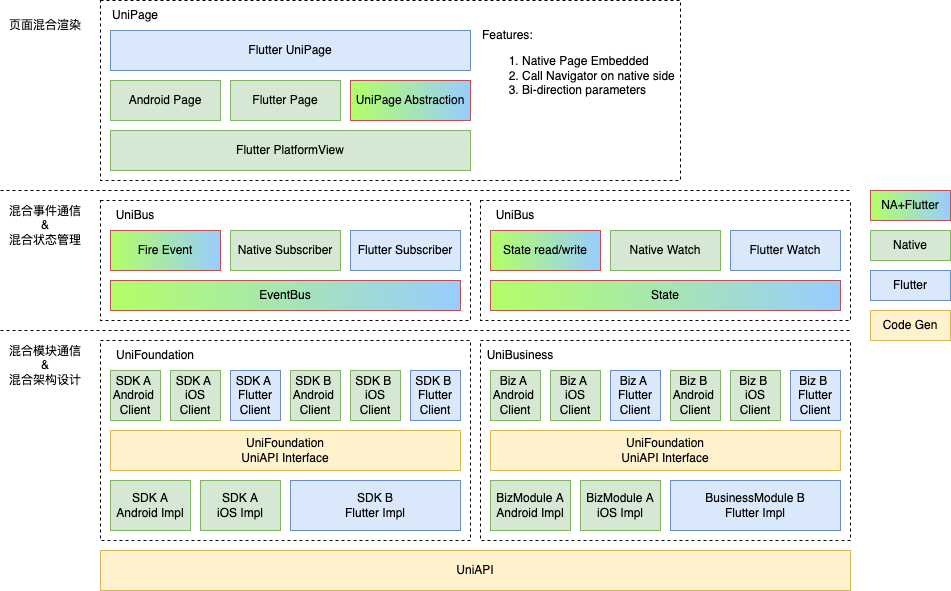
Above: doc/public/unify-arch-2025-05.png in didi/Unify (draw.io), before the change. Source tidied: cells renumbered, new cells last; positions are measured from the earlier drawing's top-left corner, leaving out a move shared by most shapes. The source it was exported from:
```xml
<mxGraphModel>
  <root>
    <mxCell id="0" />
    <mxCell id="1" parent="0" />
    <mxCell id="2" style="rounded=0;whiteSpace=wrap;html=1;dashed=1;" parent="1" vertex="1">
      <mxGeometry x="100" width="580" height="180" as="geometry" />
    </mxCell>
    <mxCell id="3" style="rounded=0;whiteSpace=wrap;html=1;dashed=1;" parent="1" vertex="1">
      <mxGeometry x="100" y="340" width="370" height="200" as="geometry" />
    </mxCell>
    <mxCell id="4" value="混合模块通信&lt;div&gt;&amp;amp;&lt;br&gt;&lt;div&gt;混合架构设计&lt;/div&gt;&lt;/div&gt;" style="text;html=1;align=center;verticalAlign=middle;whiteSpace=wrap;rounded=0;" parent="1" vertex="1">
      <mxGeometry y="340" width="90" height="50" as="geometry" />
    </mxCell>
    <mxCell id="5" value="SDK&amp;nbsp;&lt;span style=&quot;background-color: transparent; color: light-dark(rgb(0, 0, 0), rgb(255, 255, 255));&quot;&gt;A&lt;/span&gt;&lt;div&gt;&lt;span style=&quot;background-color: transparent; color: light-dark(rgb(0, 0, 0), rgb(255, 255, 255));&quot;&gt;Android Impl&lt;/span&gt;&lt;/div&gt;" style="rounded=0;whiteSpace=wrap;html=1;fillColor=#d5e8d4;strokeColor=#82b366;" parent="1" vertex="1">
      <mxGeometry x="110" y="480" width="80" height="50" as="geometry" />
    </mxCell>
    <mxCell id="6" style="endArrow=none;dashed=1;html=1;rounded=0;" parent="1" edge="1">
      <mxGeometry relative="1" as="geometry">
        <mxPoint y="330" as="sourcePoint" />
        <mxPoint x="850" y="330" as="targetPoint" />
      </mxGeometry>
    </mxCell>
    <mxCell id="7" value="UniFoundation&lt;div&gt;&lt;span style=&quot;background-color: transparent; color: light-dark(rgb(0, 0, 0), rgb(255, 255, 255));&quot;&gt;UniAPI Interface&lt;/span&gt;&lt;/div&gt;" style="rounded=0;whiteSpace=wrap;html=1;fillColor=#fff2cc;strokeColor=#d6b656;" parent="1" vertex="1">
      <mxGeometry x="110" y="430" width="350" height="40" as="geometry" />
    </mxCell>
    <mxCell id="8" value="SDK B&lt;div&gt;Flutter Impl&lt;/div&gt;" style="rounded=0;whiteSpace=wrap;html=1;fillColor=#dae8fc;strokeColor=#6c8ebf;" parent="1" vertex="1">
      <mxGeometry x="290" y="480" width="170" height="50" as="geometry" />
    </mxCell>
    <mxCell id="9" value="UniFoundation" style="text;html=1;align=center;verticalAlign=middle;whiteSpace=wrap;rounded=0;" parent="1" vertex="1">
      <mxGeometry x="100" y="340" width="110" height="30" as="geometry" />
    </mxCell>
    <mxCell id="10" value="SDK A&amp;nbsp;&lt;div&gt;Android&amp;nbsp;&lt;/div&gt;&lt;div&gt;Client&lt;/div&gt;" style="rounded=0;whiteSpace=wrap;html=1;fillColor=#d5e8d4;strokeColor=#82b366;" parent="1" vertex="1">
      <mxGeometry x="110" y="370" width="50" height="50" as="geometry" />
    </mxCell>
    <mxCell id="11" value="Native" style="rounded=0;whiteSpace=wrap;html=1;fillColor=#d5e8d4;strokeColor=#82b366;" parent="1" vertex="1">
      <mxGeometry x="870" y="230" width="80" height="30" as="geometry" />
    </mxCell>
    <mxCell id="12" value="SDK A&lt;span style=&quot;background-color: transparent; color: light-dark(rgb(0, 0, 0), rgb(255, 255, 255));&quot;&gt;&amp;nbsp;&lt;/span&gt;&lt;div&gt;&lt;div&gt;iOS&lt;/div&gt;&lt;div&gt;Client&lt;/div&gt;&lt;/div&gt;" style="rounded=0;whiteSpace=wrap;html=1;fillColor=#d5e8d4;strokeColor=#82b366;" parent="1" vertex="1">
      <mxGeometry x="170" y="370" width="50" height="50" as="geometry" />
    </mxCell>
    <mxCell id="13" value="SDK A&lt;span style=&quot;background-color: transparent; color: light-dark(rgb(0, 0, 0), rgb(255, 255, 255));&quot;&gt;&amp;nbsp;&lt;/span&gt;&lt;div&gt;&lt;div&gt;Flutter&lt;/div&gt;&lt;div&gt;Client&lt;/div&gt;&lt;/div&gt;" style="rounded=0;whiteSpace=wrap;html=1;fillColor=#dae8fc;strokeColor=#6c8ebf;" parent="1" vertex="1">
      <mxGeometry x="230" y="370" width="50" height="50" as="geometry" />
    </mxCell>
    <mxCell id="14" value="SDK&amp;nbsp;&lt;span style=&quot;background-color: transparent; color: light-dark(rgb(0, 0, 0), rgb(255, 255, 255));&quot;&gt;A&lt;/span&gt;&lt;div&gt;&lt;span style=&quot;background-color: transparent; color: light-dark(rgb(0, 0, 0), rgb(255, 255, 255));&quot;&gt;iOS Impl&lt;/span&gt;&lt;/div&gt;" style="rounded=0;whiteSpace=wrap;html=1;fillColor=#d5e8d4;strokeColor=#82b366;" parent="1" vertex="1">
      <mxGeometry x="200" y="480" width="80" height="50" as="geometry" />
    </mxCell>
    <mxCell id="15" value="SDK B&amp;nbsp;&lt;div&gt;Android&amp;nbsp;&lt;/div&gt;&lt;div&gt;Client&lt;/div&gt;" style="rounded=0;whiteSpace=wrap;html=1;fillColor=#d5e8d4;strokeColor=#82b366;" parent="1" vertex="1">
      <mxGeometry x="290" y="370" width="50" height="50" as="geometry" />
    </mxCell>
    <mxCell id="16" value="SDK B&lt;span style=&quot;background-color: transparent; color: light-dark(rgb(0, 0, 0), rgb(255, 255, 255));&quot;&gt;&amp;nbsp;&lt;/span&gt;&lt;div&gt;&lt;div&gt;iOS&lt;/div&gt;&lt;div&gt;Client&lt;/div&gt;&lt;/div&gt;" style="rounded=0;whiteSpace=wrap;html=1;fillColor=#d5e8d4;strokeColor=#82b366;" parent="1" vertex="1">
      <mxGeometry x="350" y="370" width="50" height="50" as="geometry" />
    </mxCell>
    <mxCell id="17" value="SDK B&lt;span style=&quot;background-color: transparent; color: light-dark(rgb(0, 0, 0), rgb(255, 255, 255));&quot;&gt;&amp;nbsp;&lt;/span&gt;&lt;div&gt;&lt;div&gt;Flutter&lt;/div&gt;&lt;div&gt;Client&lt;/div&gt;&lt;/div&gt;" style="rounded=0;whiteSpace=wrap;html=1;fillColor=#dae8fc;strokeColor=#6c8ebf;" parent="1" vertex="1">
      <mxGeometry x="410" y="370" width="50" height="50" as="geometry" />
    </mxCell>
    <mxCell id="18" style="rounded=0;whiteSpace=wrap;html=1;dashed=1;" parent="1" vertex="1">
      <mxGeometry x="480" y="340" width="370" height="200" as="geometry" />
    </mxCell>
    <mxCell id="19" value="BizModule&amp;nbsp;&lt;span style=&quot;background-color: transparent; color: light-dark(rgb(0, 0, 0), rgb(255, 255, 255));&quot;&gt;A&lt;/span&gt;&lt;div&gt;&lt;span style=&quot;background-color: transparent; color: light-dark(rgb(0, 0, 0), rgb(255, 255, 255));&quot;&gt;Android Impl&lt;/span&gt;&lt;/div&gt;" style="rounded=0;whiteSpace=wrap;html=1;fillColor=#d5e8d4;strokeColor=#82b366;" parent="1" vertex="1">
      <mxGeometry x="490" y="480" width="80" height="50" as="geometry" />
    </mxCell>
    <mxCell id="20" value="UniFoundation&lt;div&gt;UniAPI Interface&lt;/div&gt;" style="rounded=0;whiteSpace=wrap;html=1;fillColor=#fff2cc;strokeColor=#d6b656;" parent="1" vertex="1">
      <mxGeometry x="490" y="430" width="350" height="40" as="geometry" />
    </mxCell>
    <mxCell id="21" value="BusinessModule B&lt;div&gt;Flutter Impl&lt;/div&gt;" style="rounded=0;whiteSpace=wrap;html=1;fillColor=#dae8fc;strokeColor=#6c8ebf;" parent="1" vertex="1">
      <mxGeometry x="670" y="480" width="170" height="50" as="geometry" />
    </mxCell>
    <mxCell id="22" value="UniBusiness" style="text;html=1;align=center;verticalAlign=middle;whiteSpace=wrap;rounded=0;" parent="1" vertex="1">
      <mxGeometry x="480" y="340" width="80" height="30" as="geometry" />
    </mxCell>
    <mxCell id="23" value="Biz A&amp;nbsp;&lt;div&gt;Android&amp;nbsp;&lt;/div&gt;&lt;div&gt;Client&lt;/div&gt;" style="rounded=0;whiteSpace=wrap;html=1;fillColor=#d5e8d4;strokeColor=#82b366;" parent="1" vertex="1">
      <mxGeometry x="490" y="370" width="50" height="50" as="geometry" />
    </mxCell>
    <mxCell id="24" value="Biz A&lt;span style=&quot;background-color: transparent; color: light-dark(rgb(0, 0, 0), rgb(255, 255, 255));&quot;&gt;&amp;nbsp;&lt;/span&gt;&lt;div&gt;&lt;div&gt;iOS&lt;/div&gt;&lt;div&gt;Client&lt;/div&gt;&lt;/div&gt;" style="rounded=0;whiteSpace=wrap;html=1;fillColor=#d5e8d4;strokeColor=#82b366;" parent="1" vertex="1">
      <mxGeometry x="550" y="370" width="50" height="50" as="geometry" />
    </mxCell>
    <mxCell id="25" value="Biz A&lt;span style=&quot;background-color: transparent; color: light-dark(rgb(0, 0, 0), rgb(255, 255, 255));&quot;&gt;&amp;nbsp;&lt;/span&gt;&lt;div&gt;&lt;div&gt;Flutter&lt;/div&gt;&lt;div&gt;Client&lt;/div&gt;&lt;/div&gt;" style="rounded=0;whiteSpace=wrap;html=1;fillColor=#dae8fc;strokeColor=#6c8ebf;" parent="1" vertex="1">
      <mxGeometry x="610" y="370" width="50" height="50" as="geometry" />
    </mxCell>
    <mxCell id="26" value="BizModule&amp;nbsp;&lt;span style=&quot;background-color: transparent; color: light-dark(rgb(0, 0, 0), rgb(255, 255, 255));&quot;&gt;A&lt;/span&gt;&lt;div&gt;&lt;span style=&quot;background-color: transparent; color: light-dark(rgb(0, 0, 0), rgb(255, 255, 255));&quot;&gt;iOS Impl&lt;/span&gt;&lt;/div&gt;" style="rounded=0;whiteSpace=wrap;html=1;fillColor=#d5e8d4;strokeColor=#82b366;" parent="1" vertex="1">
      <mxGeometry x="580" y="480" width="80" height="50" as="geometry" />
    </mxCell>
    <mxCell id="27" value="Biz B&amp;nbsp;&lt;div&gt;Android&amp;nbsp;&lt;/div&gt;&lt;div&gt;Client&lt;/div&gt;" style="rounded=0;whiteSpace=wrap;html=1;fillColor=#d5e8d4;strokeColor=#82b366;" parent="1" vertex="1">
      <mxGeometry x="670" y="370" width="50" height="50" as="geometry" />
    </mxCell>
    <mxCell id="28" value="Biz B&lt;span style=&quot;background-color: transparent; color: light-dark(rgb(0, 0, 0), rgb(255, 255, 255));&quot;&gt;&amp;nbsp;&lt;/span&gt;&lt;div&gt;&lt;div&gt;iOS&lt;/div&gt;&lt;div&gt;Client&lt;/div&gt;&lt;/div&gt;" style="rounded=0;whiteSpace=wrap;html=1;fillColor=#d5e8d4;strokeColor=#82b366;" parent="1" vertex="1">
      <mxGeometry x="730" y="370" width="50" height="50" as="geometry" />
    </mxCell>
    <mxCell id="29" value="Biz B&lt;span style=&quot;background-color: transparent; color: light-dark(rgb(0, 0, 0), rgb(255, 255, 255));&quot;&gt;&amp;nbsp;&lt;/span&gt;&lt;div&gt;&lt;div&gt;Flutter&lt;/div&gt;&lt;div&gt;Client&lt;/div&gt;&lt;/div&gt;" style="rounded=0;whiteSpace=wrap;html=1;fillColor=#dae8fc;strokeColor=#6c8ebf;" parent="1" vertex="1">
      <mxGeometry x="790" y="370" width="50" height="50" as="geometry" />
    </mxCell>
    <mxCell id="30" value="Flutter" style="rounded=0;whiteSpace=wrap;html=1;fillColor=#dae8fc;strokeColor=#6c8ebf;" parent="1" vertex="1">
      <mxGeometry x="870" y="270" width="80" height="30" as="geometry" />
    </mxCell>
    <mxCell id="31" value="Code Gen" style="rounded=0;whiteSpace=wrap;html=1;fillColor=#fff2cc;strokeColor=#d6b656;" parent="1" vertex="1">
      <mxGeometry x="870" y="310" width="80" height="30" as="geometry" />
    </mxCell>
    <mxCell id="32" value="UniAPI" style="rounded=0;whiteSpace=wrap;html=1;fillColor=#fff2cc;strokeColor=#d6b656;" parent="1" vertex="1">
      <mxGeometry x="100" y="550" width="750" height="40" as="geometry" />
    </mxCell>
    <mxCell id="33" style="rounded=0;whiteSpace=wrap;html=1;dashed=1;" parent="1" vertex="1">
      <mxGeometry x="100" y="200" width="370" height="120" as="geometry" />
    </mxCell>
    <mxCell id="34" value="NA+Flutter" style="rounded=0;whiteSpace=wrap;html=1;fillColor=#B3FF66;strokeColor=#b85450;gradientColor=#99CCFF;gradientDirection=east;" parent="1" vertex="1">
      <mxGeometry x="870" y="190" width="80" height="30" as="geometry" />
    </mxCell>
    <mxCell id="35" value="EventBus" style="rounded=0;whiteSpace=wrap;html=1;fillColor=#B3FF66;strokeColor=#b85450;gradientColor=#99CCFF;gradientDirection=east;" parent="1" vertex="1">
      <mxGeometry x="110" y="280" width="350" height="30" as="geometry" />
    </mxCell>
    <mxCell id="36" value="Native Subscriber" style="rounded=0;whiteSpace=wrap;html=1;fillColor=#d5e8d4;strokeColor=#82b366;" parent="1" vertex="1">
      <mxGeometry x="230" y="230" width="110" height="40" as="geometry" />
    </mxCell>
    <mxCell id="37" value="Flutter Subscriber" style="rounded=0;whiteSpace=wrap;html=1;fillColor=#dae8fc;strokeColor=#6c8ebf;" parent="1" vertex="1">
      <mxGeometry x="350" y="230" width="110" height="40" as="geometry" />
    </mxCell>
    <mxCell id="38" value="Fire Event" style="rounded=0;whiteSpace=wrap;html=1;fillColor=#B3FF66;strokeColor=#b85450;gradientColor=#99CCFF;gradientDirection=east;" parent="1" vertex="1">
      <mxGeometry x="110" y="230" width="110" height="40" as="geometry" />
    </mxCell>
    <mxCell id="39" value="UniBus" style="text;html=1;align=center;verticalAlign=middle;whiteSpace=wrap;rounded=0;" parent="1" vertex="1">
      <mxGeometry x="100" y="200" width="70" height="30" as="geometry" />
    </mxCell>
    <mxCell id="40" value="混合事件通信&lt;div&gt;&amp;amp;&lt;br&gt;&lt;div&gt;混合状态管理&lt;/div&gt;&lt;/div&gt;" style="text;html=1;align=center;verticalAlign=middle;whiteSpace=wrap;rounded=0;" parent="1" vertex="1">
      <mxGeometry y="200" width="90" height="50" as="geometry" />
    </mxCell>
    <mxCell id="41" style="rounded=0;whiteSpace=wrap;html=1;dashed=1;" parent="1" vertex="1">
      <mxGeometry x="480" y="200" width="370" height="120" as="geometry" />
    </mxCell>
    <mxCell id="42" value="State" style="rounded=0;whiteSpace=wrap;html=1;fillColor=#B3FF66;strokeColor=#b85450;gradientColor=#99CCFF;gradientDirection=east;" parent="1" vertex="1">
      <mxGeometry x="490" y="280" width="350" height="30" as="geometry" />
    </mxCell>
    <mxCell id="43" value="Native Watch" style="rounded=0;whiteSpace=wrap;html=1;fillColor=#d5e8d4;strokeColor=#82b366;" parent="1" vertex="1">
      <mxGeometry x="610" y="230" width="110" height="40" as="geometry" />
    </mxCell>
    <mxCell id="44" value="Flutter Watch" style="rounded=0;whiteSpace=wrap;html=1;fillColor=#dae8fc;strokeColor=#6c8ebf;" parent="1" vertex="1">
      <mxGeometry x="730" y="230" width="110" height="40" as="geometry" />
    </mxCell>
    <mxCell id="45" value="State read/write" style="rounded=0;whiteSpace=wrap;html=1;fillColor=#B3FF66;strokeColor=#b85450;gradientColor=#99CCFF;gradientDirection=east;" parent="1" vertex="1">
      <mxGeometry x="490" y="230" width="110" height="40" as="geometry" />
    </mxCell>
    <mxCell id="46" value="UniBus" style="text;html=1;align=center;verticalAlign=middle;whiteSpace=wrap;rounded=0;" parent="1" vertex="1">
      <mxGeometry x="480" y="200" width="70" height="30" as="geometry" />
    </mxCell>
    <mxCell id="47" style="endArrow=none;dashed=1;html=1;rounded=0;" parent="1" edge="1">
      <mxGeometry relative="1" as="geometry">
        <mxPoint y="190" as="sourcePoint" />
        <mxPoint x="850" y="190" as="targetPoint" />
      </mxGeometry>
    </mxCell>
    <mxCell id="48" value="Flutter PlatformView" style="rounded=0;whiteSpace=wrap;html=1;fillColor=#d5e8d4;strokeColor=#82b366;" parent="1" vertex="1">
      <mxGeometry x="110" y="130" width="360" height="40" as="geometry" />
    </mxCell>
    <mxCell id="49" value="Android Page" style="rounded=0;whiteSpace=wrap;html=1;fillColor=#d5e8d4;strokeColor=#82b366;" parent="1" vertex="1">
      <mxGeometry x="110" y="80" width="110" height="40" as="geometry" />
    </mxCell>
    <mxCell id="50" value="Flutter Page" style="rounded=0;whiteSpace=wrap;html=1;fillColor=#d5e8d4;strokeColor=#82b366;" parent="1" vertex="1">
      <mxGeometry x="230" y="80" width="110" height="40" as="geometry" />
    </mxCell>
    <mxCell id="51" value="UniPage Abstraction" style="rounded=0;whiteSpace=wrap;html=1;fillColor=#B3FF66;strokeColor=#b85450;gradientColor=#99CCFF;gradientDirection=east;" parent="1" vertex="1">
      <mxGeometry x="350" y="80" width="120" height="40" as="geometry" />
    </mxCell>
    <mxCell id="52" value="Flutter UniPage" style="rounded=0;whiteSpace=wrap;html=1;fillColor=#dae8fc;strokeColor=#6c8ebf;" parent="1" vertex="1">
      <mxGeometry x="110" y="30" width="360" height="40" as="geometry" />
    </mxCell>
    <mxCell id="53" value="&lt;div style=&quot;&quot;&gt;Features:&lt;/div&gt;&lt;ol&gt;&lt;li style=&quot;&quot;&gt;Native Page&amp;nbsp;&lt;span style=&quot;background-color: transparent; color: light-dark(rgb(0, 0, 0), rgb(255, 255, 255));&quot;&gt;Embedded&lt;/span&gt;&lt;/li&gt;&lt;li style=&quot;&quot;&gt;&lt;span style=&quot;background-color: transparent; color: light-dark(rgb(0, 0, 0), rgb(255, 255, 255));&quot;&gt;Call Navigator&amp;nbsp;&lt;/span&gt;on native side&lt;/li&gt;&lt;li style=&quot;&quot;&gt;&lt;span style=&quot;&quot;&gt;Bi-direction&amp;nbsp;&lt;/span&gt;parameters&lt;/li&gt;&lt;/ol&gt;" style="text;html=1;align=left;verticalAlign=middle;whiteSpace=wrap;rounded=0;" parent="1" vertex="1">
      <mxGeometry x="480" y="35" width="210" height="65" as="geometry" />
    </mxCell>
    <mxCell id="54" value="UniPage" style="text;html=1;align=center;verticalAlign=middle;whiteSpace=wrap;rounded=0;" parent="1" vertex="1">
      <mxGeometry x="100" width="70" height="30" as="geometry" />
    </mxCell>
    <mxCell id="55" value="页面混合渲染" style="text;html=1;align=center;verticalAlign=middle;whiteSpace=wrap;rounded=0;" parent="1" vertex="1">
      <mxGeometry width="90" height="50" as="geometry" />
    </mxCell>
  </root>
</mxGraphModel>
```
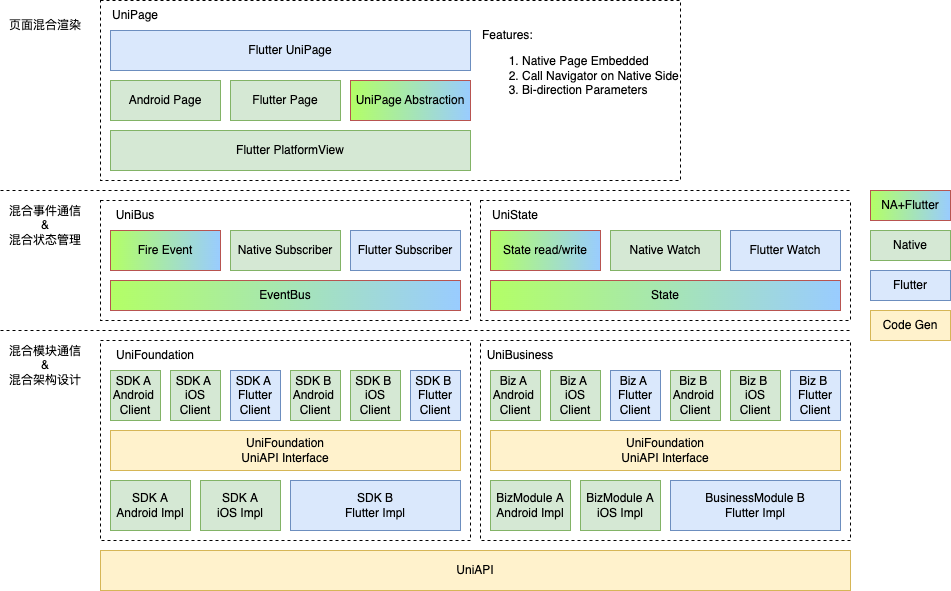
After the change.

The edit, as a diff of the source:
```diff
@@ -137,7 +137,7 @@
     <mxCell id="45" value="State read/write" style="rounded=0;whiteSpace=wrap;html=1;fillColor=#B3FF66;strokeColor=#b85450;gradientColor=#99CCFF;gradientDirection=east;" parent="1" vertex="1">
       <mxGeometry x="490" y="230" width="110" height="40" as="geometry" />
     </mxCell>
-    <mxCell id="46" value="UniBus" style="text;html=1;align=center;verticalAlign=middle;whiteSpace=wrap;rounded=0;" parent="1" vertex="1">
+    <mxCell id="46" value="UniState" style="text;html=1;align=center;verticalAlign=middle;whiteSpace=wrap;rounded=0;" parent="1" vertex="1">
       <mxGeometry x="480" y="200" width="70" height="30" as="geometry" />
     </mxCell>
     <mxCell id="47" style="endArrow=none;dashed=1;html=1;rounded=0;" parent="1" edge="1">
@@ -161,7 +161,7 @@
     <mxCell id="52" value="Flutter UniPage" style="rounded=0;whiteSpace=wrap;html=1;fillColor=#dae8fc;strokeColor=#6c8ebf;" parent="1" vertex="1">
       <mxGeometry x="110" y="30" width="360" height="40" as="geometry" />
     </mxCell>
-    <mxCell id="53" value="&lt;div style=&quot;&quot;&gt;Features:&lt;/div&gt;&lt;ol&gt;&lt;li style=&quot;&quot;&gt;Native Page&amp;nbsp;&lt;span style=&quot;background-color: transparent; color: light-dark(rgb(0, 0, 0), rgb(255, 255, 255));&quot;&gt;Embedded&lt;/span&gt;&lt;/li&gt;&lt;li style=&quot;&quot;&gt;&lt;span style=&quot;background-color: transparent; color: light-dark(rgb(0, 0, 0), rgb(255, 255, 255));&quot;&gt;Call Navigator&amp;nbsp;&lt;/span&gt;on native side&lt;/li&gt;&lt;li style=&quot;&quot;&gt;&lt;span style=&quot;&quot;&gt;Bi-direction&amp;nbsp;&lt;/span&gt;parameters&lt;/li&gt;&lt;/ol&gt;" style="text;html=1;align=left;verticalAlign=middle;whiteSpace=wrap;rounded=0;" parent="1" vertex="1">
+    <mxCell id="53" value="&lt;div style=&quot;&quot;&gt;Features:&lt;/div&gt;&lt;ol&gt;&lt;li style=&quot;&quot;&gt;Native Page&amp;nbsp;&lt;span style=&quot;background-color: transparent; color: light-dark(rgb(0, 0, 0), rgb(255, 255, 255));&quot;&gt;Embedded&lt;/span&gt;&lt;/li&gt;&lt;li style=&quot;&quot;&gt;&lt;span style=&quot;background-color: transparent; color: light-dark(rgb(0, 0, 0), rgb(255, 255, 255));&quot;&gt;Call Navigator&amp;nbsp;&lt;/span&gt;on Native Side&lt;/li&gt;&lt;li style=&quot;&quot;&gt;&lt;span style=&quot;&quot;&gt;Bi-direction P&lt;/span&gt;arameters&lt;/li&gt;&lt;/ol&gt;" style="text;html=1;align=left;verticalAlign=middle;whiteSpace=wrap;rounded=0;" parent="1" vertex="1">
       <mxGeometry x="480" y="35" width="210" height="65" as="geometry" />
     </mxCell>
     <mxCell id="54" value="UniPage" style="text;html=1;align=center;verticalAlign=middle;whiteSpace=wrap;rounded=0;" parent="1" vertex="1">
```
